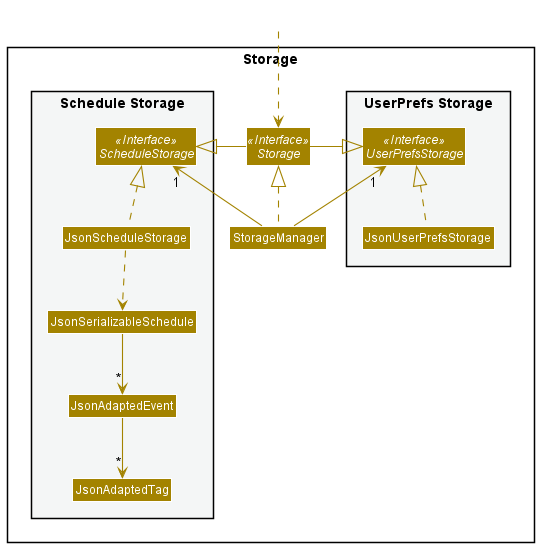
The PlantUML diagram docs/images/StorageClassDiagram.png in ruthpohrp/tp, before a commit.
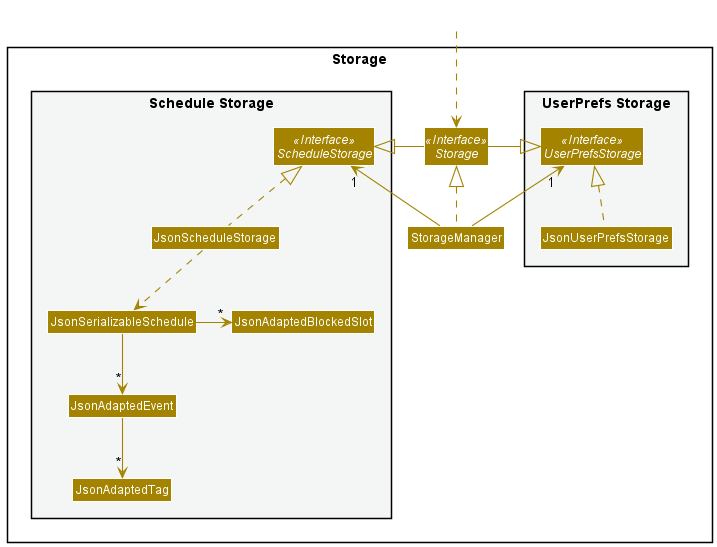
The same file after the commit.

Change to the diagram source:
```diff
@@ -20,6 +20,7 @@
 Class JsonSerializableSchedule
 Class JsonAdaptedEvent
 Class JsonAdaptedTag
+Class JsonAdaptedBlockedSlot
 }
 
 }
@@ -37,7 +38,8 @@
 JsonUserPrefsStorage .up.|> UserPrefsStorage
 JsonScheduleStorage .up.|> ScheduleStorage
 JsonScheduleStorage ..> JsonSerializableSchedule
-JsonSerializableSchedule --> "*" JsonAdaptedEvent
+JsonSerializableSchedule -down-> "*" JsonAdaptedEvent
+JsonSerializableSchedule -right-> "*" JsonAdaptedBlockedSlot
 JsonAdaptedEvent --> "*" JsonAdaptedTag
 
 @enduml
```
